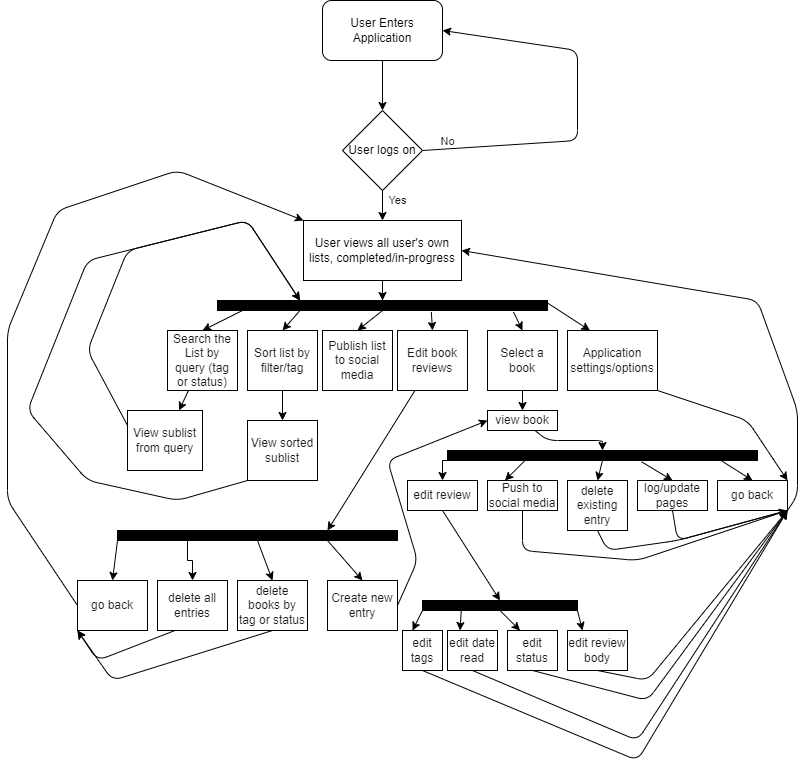
Above: specs/system diagrams/uml_activity_diagram.drawio.png in cse110-fa22-group13/cse110-fa22-group13 (draw.io), before the change. Source tidied: cells renumbered, new cells last; positions are measured from the earlier drawing's top-left corner, leaving out a move shared by most shapes.
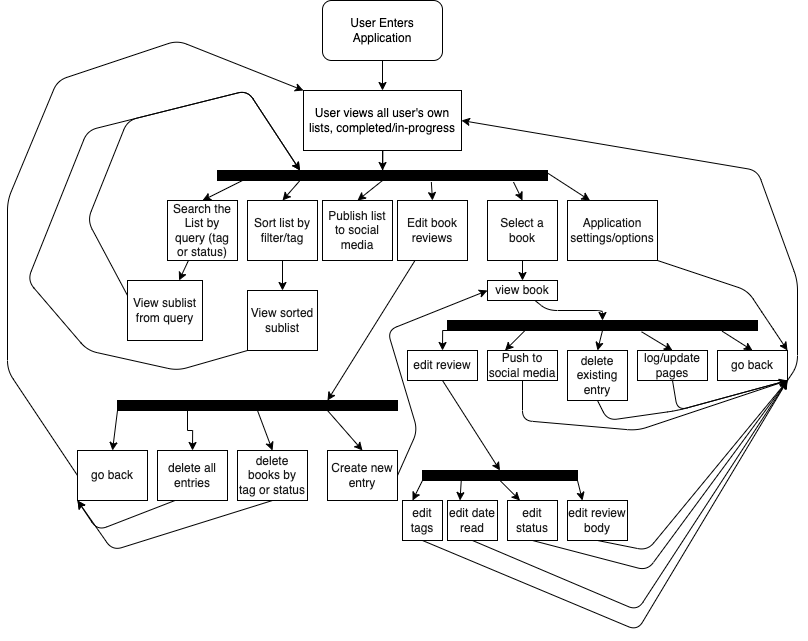
The same diagram one commit later.

Commit message:
fix: change diagrams file to remove any account mentions

What changed in the source:
```diff
@@ -2,12 +2,6 @@
   <root>
     <mxCell id="0" />
     <mxCell id="1" parent="0" />
-    <mxCell id="2" style="edgeStyle=none;html=1;exitX=0.5;exitY=1;exitDx=0;exitDy=0;entryX=0.5;entryY=0;entryDx=0;entryDy=0;fontColor=#1A1A1A;" parent="1" edge="1" source="3" target="58">
-      <mxGeometry relative="1" as="geometry" />
-    </mxCell>
-    <mxCell id="3" value="User Enters Application" style="rounded=1;whiteSpace=wrap;html=1;" parent="1" vertex="1">
-      <mxGeometry x="315" width="120" height="60" as="geometry" />
-    </mxCell>
     <mxCell id="4" style="edgeStyle=orthogonalEdgeStyle;rounded=0;jettySize=auto;html=1;entryX=0.5;entryY=0;entryDx=0;entryDy=0;" parent="1" edge="1" source="5" target="31">
       <mxGeometry relative="1" as="geometry" />
     </mxCell>
@@ -218,25 +212,6 @@
     <mxCell id="54" value="&lt;font color=&quot;#1a1a1a&quot;&gt;Application settings/options&lt;/font&gt;" style="rounded=0;whiteSpace=wrap;html=1;fillColor=#FFFFFF;" parent="1" vertex="1">
       <mxGeometry x="560" y="330" width="90" height="60" as="geometry" />
     </mxCell>
-    <mxCell id="55" value="Yes" style="edgeStyle=none;html=1;exitX=0.5;exitY=1;exitDx=0;exitDy=0;entryX=0.5;entryY=0;entryDx=0;entryDy=0;fontColor=#1A1A1A;" parent="1" edge="1" source="58" target="5">
-      <mxGeometry x="-0.33" y="15" relative="1" as="geometry" />
-    </mxCell>
-    <mxCell id="56" style="edgeStyle=none;html=1;exitX=1;exitY=0.5;exitDx=0;exitDy=0;entryX=1;entryY=0.5;entryDx=0;entryDy=0;fontColor=#FFFFFF;" parent="1" edge="1" source="58" target="3">
-      <mxGeometry relative="1" as="geometry">
-        <Array as="points">
-          <mxPoint x="570" y="140" />
-          <mxPoint x="570" y="50" />
-        </Array>
-      </mxGeometry>
-    </mxCell>
-    <mxCell id="57" value="No" style="edgeLabel;html=1;align=center;verticalAlign=middle;fontColor=#1A1A1A;" parent="56" vertex="1">
-      <mxGeometry x="-0.85" y="2" relative="1" as="geometry">
-        <mxPoint x="-3" y="-6" as="offset" />
-      </mxGeometry>
-    </mxCell>
-    <mxCell id="58" value="&lt;font color=&quot;#000000&quot;&gt;User logs on&lt;/font&gt;" style="rhombus;whiteSpace=wrap;html=1;fontColor=#1A1A1A;" parent="1" vertex="1">
-      <mxGeometry x="335" y="110" width="80" height="80" as="geometry" />
-    </mxCell>
     <mxCell id="59" style="edgeStyle=none;html=1;exitX=0.5;exitY=1;exitDx=0;exitDy=0;entryX=1;entryY=1;entryDx=0;entryDy=0;fontColor=#FFFFFF;" parent="1" edge="1" source="60" target="41">
       <mxGeometry relative="1" as="geometry">
         <Array as="points">
@@ -313,5 +288,17 @@
     <mxCell id="75" value="&lt;font color=&quot;#1a1a1a&quot;&gt;edit date read&lt;/font&gt;" style="rounded=0;whiteSpace=wrap;html=1;fillColor=#FFFFFF;" parent="1" vertex="1">
       <mxGeometry x="440" y="630" width="50" height="40" as="geometry" />
     </mxCell>
+    <mxCell id="76" style="edgeStyle=none;html=1;entryX=0.5;entryY=0;entryDx=0;entryDy=0;" parent="1" edge="1" source="3" target="5">
+      <mxGeometry relative="1" as="geometry" />
+    </mxCell>
+    <mxCell id="3" value="User Enters Application" style="rounded=1;whiteSpace=wrap;html=1;" parent="1" vertex="1">
+      <mxGeometry x="315" y="130" width="120" height="60" as="geometry" />
+    </mxCell>
+    <mxCell id="77" style="edgeStyle=none;html=1;exitX=0.5;exitY=1;exitDx=0;exitDy=0;fontColor=#1A1A1A;endArrow=none;" parent="1" edge="1">
+      <mxGeometry x="-0.33" y="15" relative="1" as="geometry">
+        <mxPoint x="375" y="190" as="sourcePoint" />
+        <mxPoint x="375" y="190" as="targetPoint" />
+      </mxGeometry>
+    </mxCell>
   </root>
 </mxGraphModel>
```
